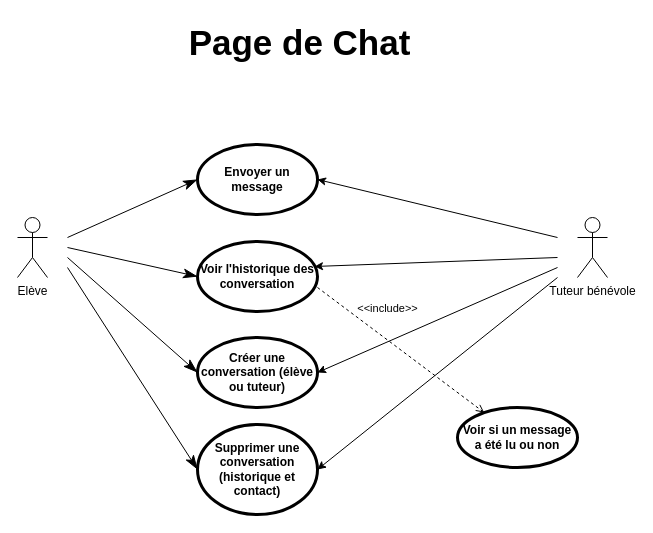
aureliegangloff/OC-P7-Learn-Home keeps this draw.io diagram as Chat.drawio. Above is the earlier version. Source tidied: cells renumbered, new cells numbered last; positions are measured from the earlier drawing's top-left corner, leaving out a move shared by most shapes. Both pictures are drawn from the tidied source at 100%, with x=0, y=0 at pixel (17, 17).
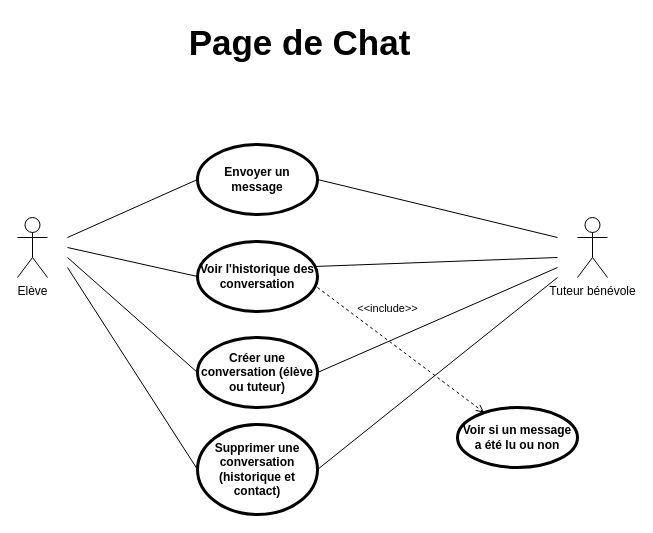
After the change.

Commit message:
Mettre à jour Chat.drawio

Unchanged cells that the change refers to:
```xml
<mxCell id="5" value="Envoyer un message" style="shape=ellipse;html=1;strokeWidth=3;fontStyle=1;whiteSpace=wrap;align=center;perimeter=ellipsePerimeter;" parent="1" vertex="1">
  <mxGeometry x="180" y="127" width="120" height="70" as="geometry" />
</mxCell>
<mxCell id="6" value="Voir l'historique des conversation" style="shape=ellipse;html=1;strokeWidth=3;fontStyle=1;whiteSpace=wrap;align=center;perimeter=ellipsePerimeter;" parent="1" vertex="1">
  <mxGeometry x="180" y="224" width="120" height="70" as="geometry" />
</mxCell>
<mxCell id="7" value="Créer&lt;span style=&quot;background-color: transparent; color: light-dark(#000000, var(--ge-light-color, #ffffff));&quot;&gt;&amp;nbsp;une conversation (élève ou tuteur)&lt;/span&gt;" style="shape=ellipse;html=1;strokeWidth=3;fontStyle=1;whiteSpace=wrap;align=center;perimeter=ellipsePerimeter;" parent="1" vertex="1">
  <mxGeometry x="180" y="320" width="120" height="70" as="geometry" />
</mxCell>
<mxCell id="8" value="Supprimer une conversation (historique et contact)" style="shape=ellipse;html=1;strokeWidth=3;fontStyle=1;whiteSpace=wrap;align=center;perimeter=ellipsePerimeter;" parent="1" vertex="1">
  <mxGeometry x="180" y="407" width="120" height="90" as="geometry" />
</mxCell>
```

The edit, as a diff of the source:
```diff
@@
-    <mxCell id="10" style="edgeStyle=none;html=1;endArrow=classicThin;endFill=1;endSize=12;verticalAlign=bottom;rounded=0;defaultLabelBackgroundColor=page;entryX=0;entryY=0.5;entryDx=0;entryDy=0;" parent="1" edge="1" target="5">
+    <mxCell id="10" style="edgeStyle=none;html=1;endArrow=none;endFill=0;endSize=12;verticalAlign=bottom;rounded=0;defaultLabelBackgroundColor=page;entryX=0;entryY=0.5;entryDx=0;entryDy=0;" parent="1" edge="1" target="5">
       <mxGeometry relative="1" as="geometry">
         <mxPoint x="50" y="220" as="sourcePoint" />
       </mxGeometry>
     </mxCell>
-    <mxCell id="11" style="edgeStyle=none;html=1;endArrow=classicThin;endFill=1;endSize=12;verticalAlign=bottom;rounded=0;defaultLabelBackgroundColor=page;entryX=0;entryY=0.5;entryDx=0;entryDy=0;" parent="1" edge="1" target="6">
+    <mxCell id="11" style="edgeStyle=none;html=1;endArrow=none;endFill=0;endSize=12;verticalAlign=bottom;rounded=0;defaultLabelBackgroundColor=page;entryX=0;entryY=0.5;entryDx=0;entryDy=0;" parent="1" edge="1" target="6">
       <mxGeometry relative="1" as="geometry">
         <mxPoint x="50" y="230" as="sourcePoint" />
       </mxGeometry>
     </mxCell>
-    <mxCell id="12" style="edgeStyle=none;html=1;endArrow=classicThin;endFill=1;endSize=12;verticalAlign=bottom;rounded=0;defaultLabelBackgroundColor=page;entryX=0;entryY=0.5;entryDx=0;entryDy=0;" parent="1" edge="1" target="7">
+    <mxCell id="12" style="edgeStyle=none;html=1;endArrow=none;endFill=0;endSize=12;verticalAlign=bottom;rounded=0;defaultLabelBackgroundColor=page;entryX=0;entryY=0.5;entryDx=0;entryDy=0;" parent="1" edge="1" target="7">
       <mxGeometry relative="1" as="geometry">
         <mxPoint x="50" y="240" as="sourcePoint" />
       </mxGeometry>
     </mxCell>
-    <mxCell id="13" style="edgeStyle=none;html=1;endArrow=classicThin;endFill=1;endSize=12;verticalAlign=bottom;rounded=0;defaultLabelBackgroundColor=page;entryX=0;entryY=0.5;entryDx=0;entryDy=0;" parent="1" edge="1" target="8">
+    <mxCell id="13" style="edgeStyle=none;html=1;endArrow=none;endFill=0;endSize=12;verticalAlign=bottom;rounded=0;defaultLabelBackgroundColor=page;entryX=0;entryY=0.5;entryDx=0;entryDy=0;" parent="1" edge="1" target="8">
       <mxGeometry relative="1" as="geometry">
         <mxPoint x="50" y="250" as="sourcePoint" />
       </mxGeometry>
     </mxCell>
-    <mxCell id="14" style="edgeStyle=none;html=1;endArrow=none;verticalAlign=bottom;rounded=0;defaultLabelBackgroundColor=page;exitX=1;exitY=0.5;exitDx=0;exitDy=0;startArrow=classic;startFill=1;" parent="1" edge="1" source="5">
+    <mxCell id="14" style="edgeStyle=none;html=1;endArrow=none;verticalAlign=bottom;rounded=0;defaultLabelBackgroundColor=page;exitX=1;exitY=0.5;exitDx=0;exitDy=0;startArrow=none;startFill=0;" parent="1" edge="1" source="5">
       <mxGeometry relative="1" as="geometry">
         <mxPoint x="540" y="220" as="targetPoint" />
       </mxGeometry>
     </mxCell>
-    <mxCell id="15" style="edgeStyle=none;html=1;endArrow=none;verticalAlign=bottom;rounded=0;defaultLabelBackgroundColor=page;exitX=0.975;exitY=0.357;exitDx=0;exitDy=0;startArrow=classic;startFill=1;exitPerimeter=0;" parent="1" edge="1" source="6">
+    <mxCell id="15" style="edgeStyle=none;html=1;endArrow=none;verticalAlign=bottom;rounded=0;defaultLabelBackgroundColor=page;exitX=0.975;exitY=0.357;exitDx=0;exitDy=0;startArrow=none;startFill=0;exitPerimeter=0;" parent="1" edge="1" source="6">
       <mxGeometry relative="1" as="geometry">
         <mxPoint x="540" y="240" as="targetPoint" />
       </mxGeometry>
     </mxCell>
-    <mxCell id="16" style="edgeStyle=none;html=1;endArrow=none;verticalAlign=bottom;rounded=0;defaultLabelBackgroundColor=page;exitX=1;exitY=0.5;exitDx=0;exitDy=0;startArrow=classic;startFill=1;" parent="1" edge="1" source="7">
+    <mxCell id="16" style="edgeStyle=none;html=1;endArrow=none;verticalAlign=bottom;rounded=0;defaultLabelBackgroundColor=page;exitX=1;exitY=0.5;exitDx=0;exitDy=0;startArrow=none;startFill=0;" parent="1" edge="1" source="7">
       <mxGeometry relative="1" as="geometry">
         <mxPoint x="540" y="250" as="targetPoint" />
       </mxGeometry>
     </mxCell>
-    <mxCell id="17" style="edgeStyle=none;html=1;endArrow=none;verticalAlign=bottom;rounded=0;defaultLabelBackgroundColor=page;exitX=1;exitY=0.5;exitDx=0;exitDy=0;startArrow=classic;startFill=1;" parent="1" edge="1" source="8">
+    <mxCell id="17" style="edgeStyle=none;html=1;endArrow=none;verticalAlign=bottom;rounded=0;defaultLabelBackgroundColor=page;exitX=1;exitY=0.5;exitDx=0;exitDy=0;startArrow=none;startFill=0;" parent="1" edge="1" source="8">
       <mxGeometry relative="1" as="geometry">
         <mxPoint x="540" y="260" as="targetPoint" />
       </mxGeometry>
     </mxCell>
```
